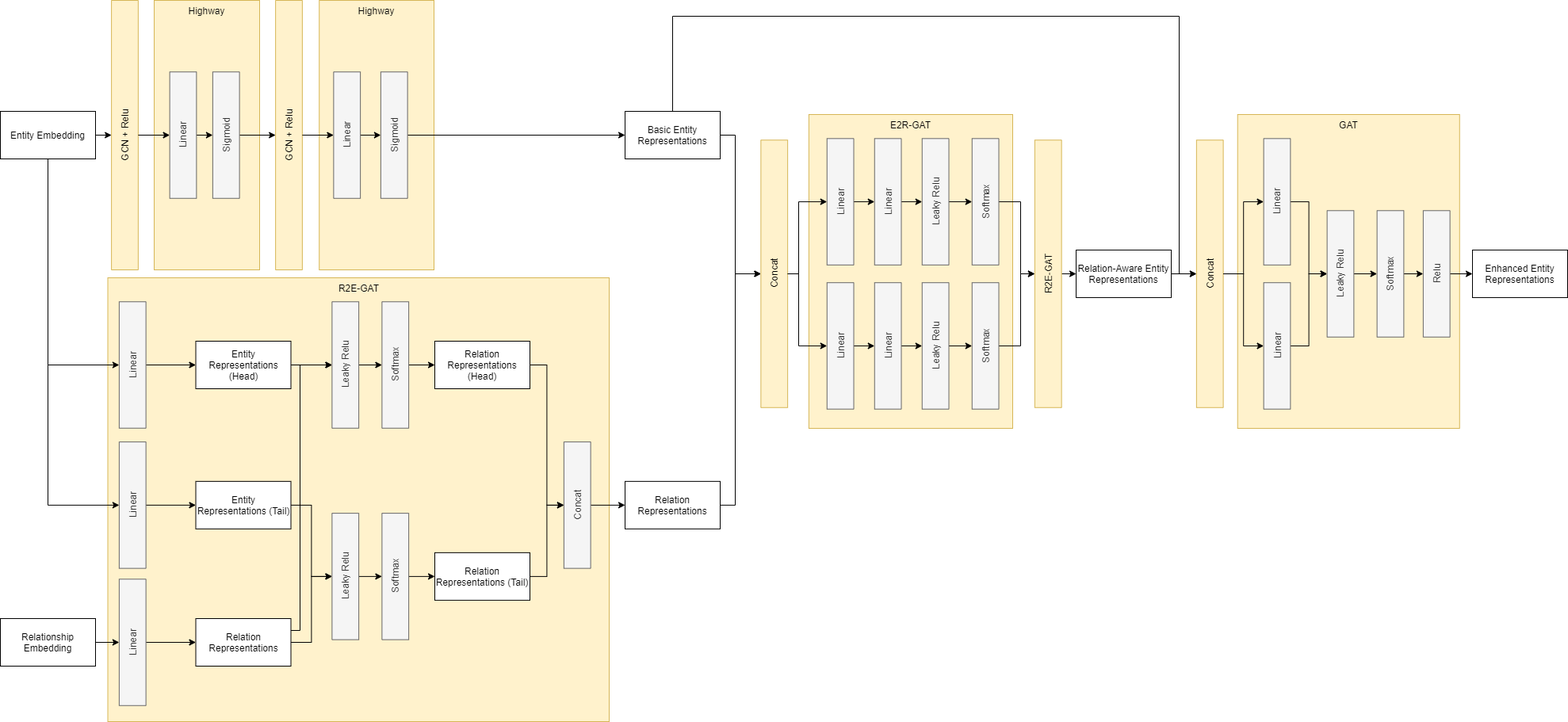
ginwenng/CS5260_Project keeps this draw.io diagram as Model Architecture.png. Above is the earlier version. Source tidied: cells renumbered, new cells last; positions are measured from the earlier drawing's top-left corner, leaving out a move shared by most shapes.
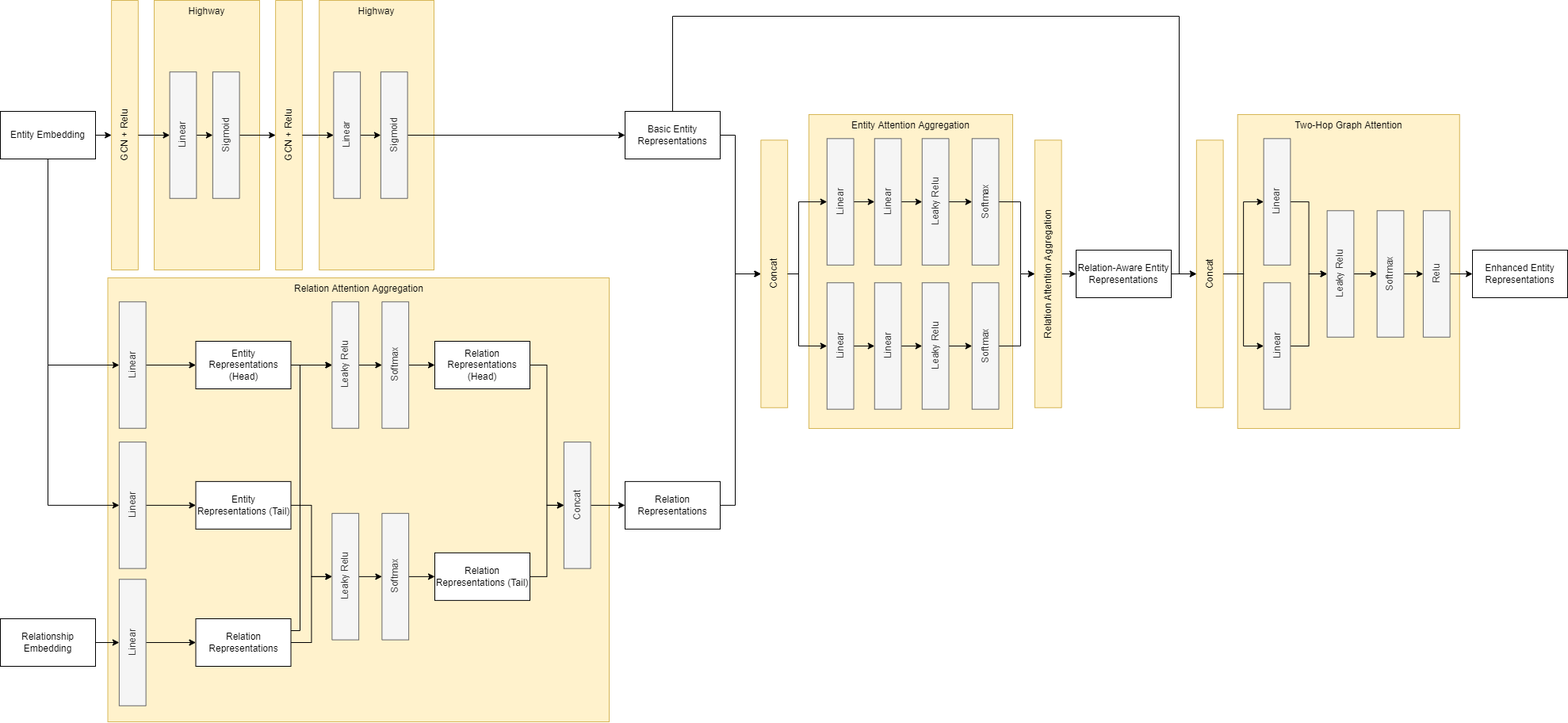
Later version of the same file.

Diff of the diagram source:
```diff
@@ -54,7 +54,7 @@
     <mxCell id="13" style="edgeStyle=orthogonalEdgeStyle;rounded=0;jettySize=auto;html=1;exitX=0.5;exitY=1;exitDx=0;exitDy=0;entryX=0;entryY=0.5;entryDx=0;entryDy=0;endArrow=classic;endFill=1;" parent="1" edge="1" source="14" target="12">
       <mxGeometry relative="1" as="geometry" />
     </mxCell>
-    <mxCell id="14" value="R2E-GAT" style="rounded=0;whiteSpace=wrap;html=1;rotation=-90;fillColor=#fff2cc;strokeColor=#d6b656;" parent="1" vertex="1">
+    <mxCell id="14" value="Relation Attention Aggregation" style="rounded=0;whiteSpace=wrap;html=1;rotation=-90;fillColor=#fff2cc;strokeColor=#d6b656;" parent="1" vertex="1">
       <mxGeometry x="1166" y="328.1" width="337.5" height="33.8" as="geometry" />
     </mxCell>
     <mxCell id="15" value="Concat" style="rounded=0;whiteSpace=wrap;html=1;rotation=-90;fillColor=#fff2cc;strokeColor=#d6b656;" parent="1" vertex="1">
@@ -63,7 +63,7 @@
     <mxCell id="16" value="Enhanced Entity Representations" style="rounded=0;whiteSpace=wrap;html=1;" parent="1" vertex="1">
       <mxGeometry x="1870" y="315" width="120" height="60" as="geometry" />
     </mxCell>
-    <mxCell id="17" value="R2E-GAT" style="rounded=0;whiteSpace=wrap;html=1;rotation=0;fillColor=#fff2cc;strokeColor=#d6b656;verticalAlign=top;" parent="1" vertex="1">
+    <mxCell id="17" value="Relation Attention Aggregation" style="rounded=0;whiteSpace=wrap;html=1;rotation=0;fillColor=#fff2cc;strokeColor=#d6b656;verticalAlign=top;" parent="1" vertex="1">
       <mxGeometry x="148.5" y="350" width="632.5" height="560" as="geometry" />
     </mxCell>
     <mxCell id="18" style="edgeStyle=orthogonalEdgeStyle;rounded=0;jettySize=auto;html=1;exitX=0.5;exitY=1;exitDx=0;exitDy=0;entryX=0;entryY=0.5;entryDx=0;entryDy=0;endArrow=classic;endFill=1;" parent="1" edge="1" source="19" target="21">
@@ -203,7 +203,7 @@
     <mxCell id="61" value="Sigmoid" style="rounded=0;whiteSpace=wrap;html=1;rotation=-90;fillColor=#f5f5f5;strokeColor=#666666;fontColor=#333333;" parent="1" vertex="1">
       <mxGeometry x="430" y="153.1" width="159.5" height="33.8" as="geometry" />
     </mxCell>
-    <mxCell id="62" value="E2R-GAT" style="rounded=0;whiteSpace=wrap;html=1;rotation=0;fillColor=#fff2cc;strokeColor=#d6b656;verticalAlign=top;" parent="1" vertex="1">
+    <mxCell id="62" value="Entity Attention Aggregation" style="rounded=0;whiteSpace=wrap;html=1;rotation=0;fillColor=#fff2cc;strokeColor=#d6b656;verticalAlign=top;" parent="1" vertex="1">
       <mxGeometry x="1032.9" y="144" width="257.1" height="396" as="geometry" />
     </mxCell>
     <mxCell id="63" style="edgeStyle=orthogonalEdgeStyle;rounded=0;jettySize=auto;html=1;exitX=0.5;exitY=1;exitDx=0;exitDy=0;entryX=0.5;entryY=0;entryDx=0;entryDy=0;endArrow=classic;endFill=1;" parent="1" edge="1" source="64" target="66">
@@ -264,7 +264,7 @@
     <mxCell id="78" value="Softmax" style="rounded=0;whiteSpace=wrap;html=1;rotation=-90;fillColor=#f5f5f5;strokeColor=#666666;fontColor=#333333;" parent="1" vertex="1">
       <mxGeometry x="1175.9" y="419.1" width="159.5" height="33.8" as="geometry" />
     </mxCell>
-    <mxCell id="79" value="GAT" style="rounded=0;whiteSpace=wrap;html=1;rotation=0;fillColor=#fff2cc;strokeColor=#d6b656;verticalAlign=top;" parent="1" vertex="1">
+    <mxCell id="79" value="Two-Hop Graph Attention" style="rounded=0;whiteSpace=wrap;html=1;rotation=0;fillColor=#fff2cc;strokeColor=#d6b656;verticalAlign=top;" parent="1" vertex="1">
       <mxGeometry x="1573.8" y="144" width="280" height="396" as="geometry" />
     </mxCell>
     <mxCell id="80" style="edgeStyle=orthogonalEdgeStyle;rounded=0;jettySize=auto;html=1;exitX=0.5;exitY=1;exitDx=0;exitDy=0;endArrow=classic;endFill=1;" parent="1" edge="1" source="81" target="85">
```
